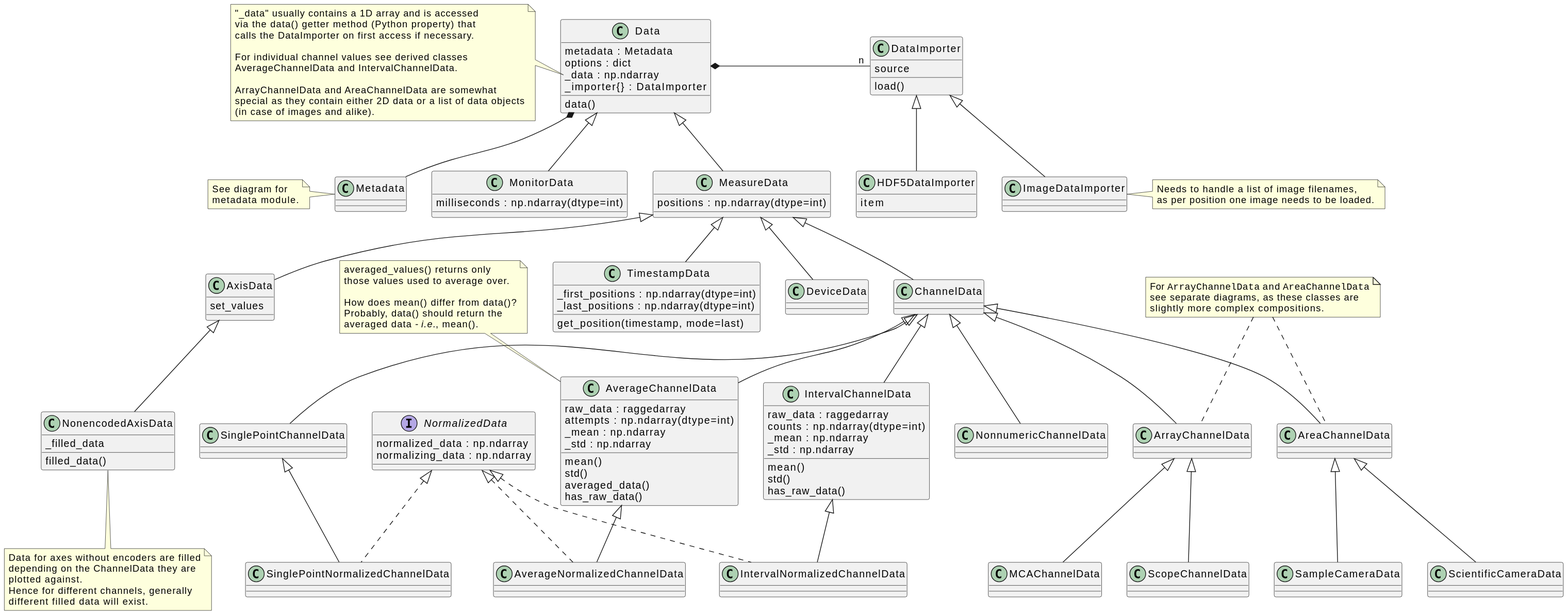
The PlantUML diagram docs/uml/evedata.evefile.data.svg in tillbiskup/evedata, before a commit.
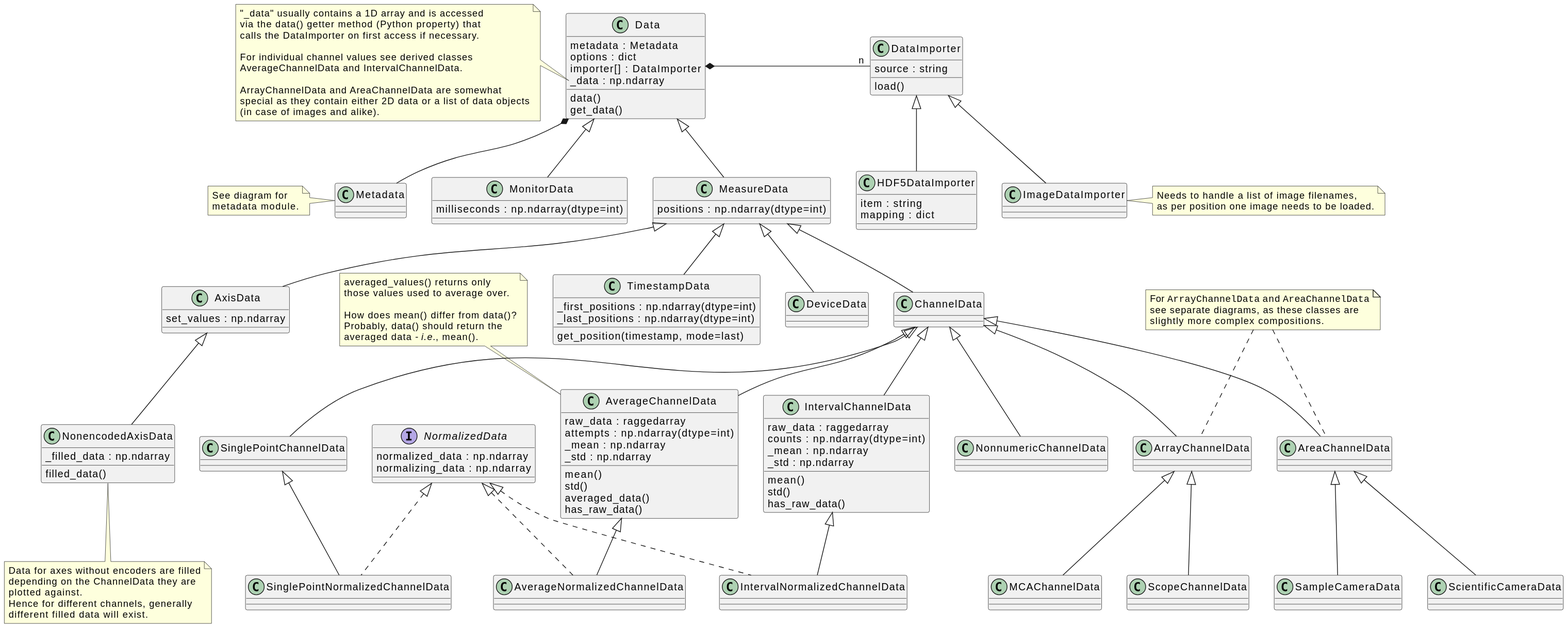
The same diagram one commit later.

Commit message:
Somewhat add importer functionality to Data class.

What changed in the source:
```diff
@@ -3,9 +3,10 @@
 class Data {
     metadata : Metadata
     options : dict
+    importer[] : DataImporter
     _data : np.ndarray
-    _importer{} : DataImporter
     data()
+    get_data()
 }
 note left of Data::_data
     "_data" usually contains a 1D array and is accessed
@@ -21,12 +22,13 @@
 end note
 
 class DataImporter {
-    source
+    source : string
     load()
 }
 
 class HDF5DataImporter extends DataImporter {
-    item
+    item : string
+    mapping : dict
 }
 
 class ImageDataImporter extends DataImporter
@@ -59,11 +61,11 @@
 class DeviceData extends MeasureData
 
 class AxisData extends MeasureData {
-    set_values
+    set_values : np.ndarray
 }
 
 class NonencodedAxisData extends AxisData {
-    _filled_data
+    _filled_data : np.ndarray
     filled_data()
 }
 note bottom of NonencodedAxisData
```
